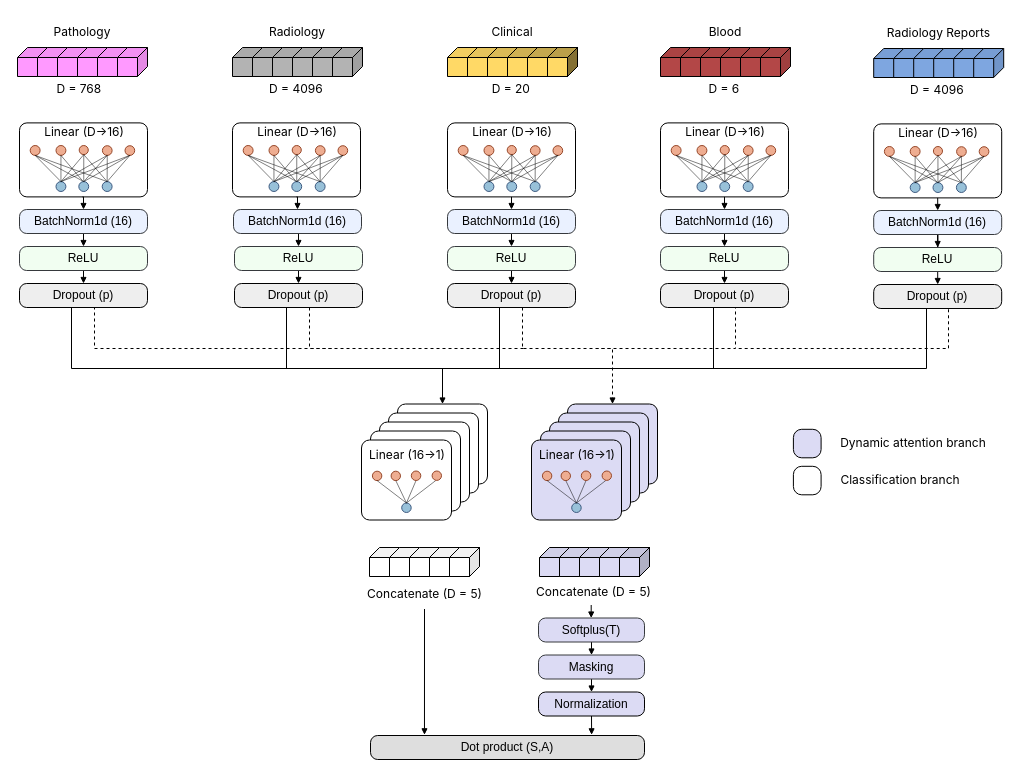
The draw.io diagram pAM.drawio in marcalvi/drawio-nn-templates, before the edit. Source tidied: cells renumbered, new cells numbered last; positions are measured from the earlier drawing's top-left corner, leaving out a move shared by most shapes. Both pictures are drawn from the tidied source at 100%, with x=0, y=0 at pixel (17, 17).
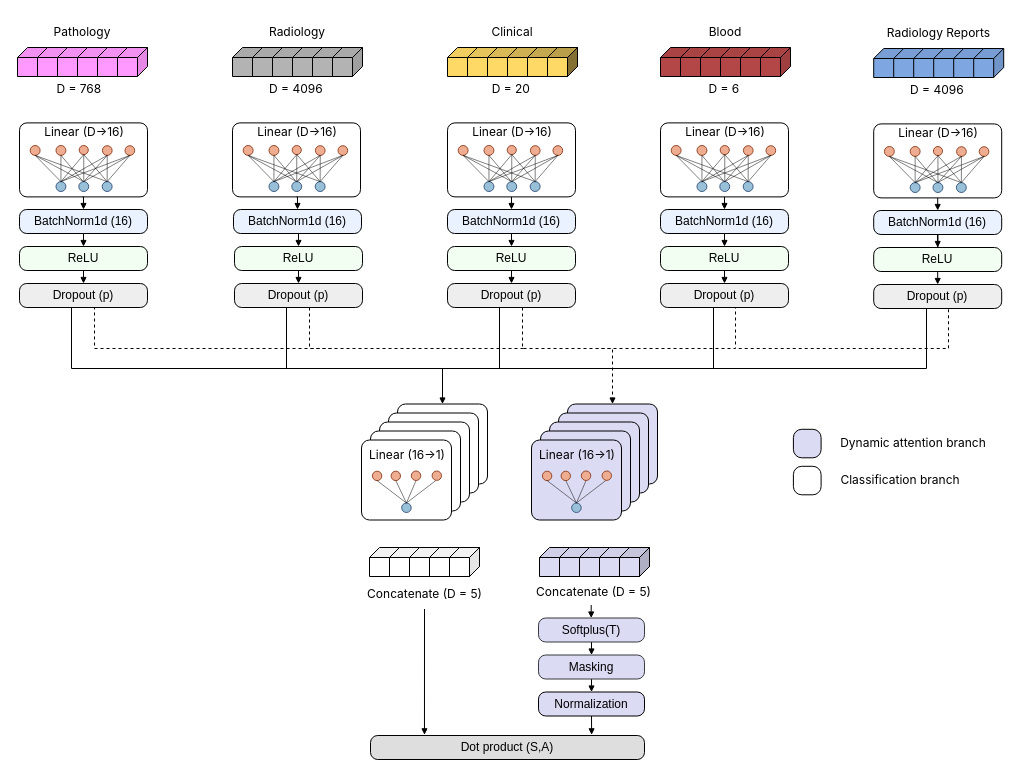
Above is the later version.

The change refers to these unchanged cells:
```xml
<mxCell id="45" style="group;arcSize=8;" parent="1" vertex="1">
  <mxGeometry x="430" y="100" width="128" height="79.4" as="geometry" />
</mxCell>
<mxCell id="112" style="group;arcSize=8;" parent="1" vertex="1">
  <mxGeometry x="643" y="100" width="128" height="79.4" as="geometry" />
</mxCell>
<mxCell id="137" style="group;arcSize=8;" parent="1" vertex="1">
  <mxGeometry x="856.2" y="101" width="128" height="79.4" as="geometry" />
</mxCell>
```

Change to the diagram source:
```diff
@@
-    <mxCell id="46" style="rounded=1;whiteSpace=wrap;html=1;fillColor=none;arcSize=10;" parent="45" vertex="1">
+    <mxCell id="46" style="rounded=1;whiteSpace=wrap;html=1;fillColor=none;arcSize=10;strokeColor=#000000;" parent="45" vertex="1">
       <mxGeometry y="5.4" width="128" height="74" as="geometry" />
     </mxCell>
@@
-    <mxCell id="73" value="BatchNorm1d (16)" style="rounded=1;whiteSpace=wrap;html=1;fillColor=#EAF1FF;rotation=0;arcSize=30;strokeColor=#36393d;" parent="1" vertex="1">
+    <mxCell id="73" value="BatchNorm1d (16)" style="rounded=1;whiteSpace=wrap;html=1;fillColor=#EAF1FF;rotation=0;arcSize=30;strokeColor=#000000;align=center;verticalAlign=middle;fontFamily=Helvetica;fontSize=12;fontColor=default;" parent="1" vertex="1">
       <mxGeometry x="2" y="192" width="128" height="24" as="geometry" />
     </mxCell>
@@
-    <mxCell id="75" value="BatchNorm1d (16)" style="rounded=1;whiteSpace=wrap;html=1;fillColor=#EAF1FF;rotation=0;arcSize=30;strokeColor=#36393d;" parent="1" vertex="1">
+    <mxCell id="75" value="BatchNorm1d (16)" style="rounded=1;whiteSpace=wrap;html=1;fillColor=#EAF1FF;rotation=0;arcSize=30;strokeColor=#000000;align=center;verticalAlign=middle;fontFamily=Helvetica;fontSize=12;fontColor=default;" parent="1" vertex="1">
       <mxGeometry x="216" y="192" width="128" height="24" as="geometry" />
     </mxCell>
@@
-    <mxCell id="77" value="BatchNorm1d (16)" style="rounded=1;whiteSpace=wrap;html=1;fillColor=#EAF1FF;rotation=0;arcSize=30;strokeColor=#36393d;" parent="1" vertex="1">
+    <mxCell id="77" value="BatchNorm1d (16)" style="rounded=1;whiteSpace=wrap;html=1;fillColor=#EAF1FF;rotation=0;arcSize=30;strokeColor=#000000;" parent="1" vertex="1">
       <mxGeometry x="430" y="192" width="128" height="24" as="geometry" />
     </mxCell>
@@
-    <mxCell id="79" value="BatchNorm1d (16)" style="rounded=1;whiteSpace=wrap;html=1;fillColor=#EAF1FF;rotation=0;arcSize=30;strokeColor=#36393d;" parent="1" vertex="1">
+    <mxCell id="79" value="BatchNorm1d (16)" style="rounded=1;whiteSpace=wrap;html=1;fillColor=#EAF1FF;rotation=0;arcSize=30;strokeColor=#000000;align=center;verticalAlign=middle;fontFamily=Helvetica;fontSize=12;fontColor=default;" parent="1" vertex="1">
       <mxGeometry x="643" y="192" width="128" height="24" as="geometry" />
     </mxCell>
@@
-    <mxCell id="81" value="BatchNorm1d (16)" style="rounded=1;whiteSpace=wrap;html=1;fillColor=#EAF1FF;rotation=0;arcSize=30;strokeColor=#36393d;" parent="1" vertex="1">
+    <mxCell id="81" value="BatchNorm1d (16)" style="rounded=1;whiteSpace=wrap;html=1;fillColor=#EAF1FF;rotation=0;arcSize=30;strokeColor=#000000;align=center;verticalAlign=middle;fontFamily=Helvetica;fontSize=12;fontColor=default;" parent="1" vertex="1">
       <mxGeometry x="856.2" y="193" width="128" height="24" as="geometry" />
     </mxCell>
@@
-    <mxCell id="83" value="ReLU" style="rounded=1;whiteSpace=wrap;html=1;fillColor=#F1FEF1;rotation=0;arcSize=30;strokeColor=#36393d;" parent="1" vertex="1">
+    <mxCell id="83" value="ReLU" style="rounded=1;whiteSpace=wrap;html=1;fillColor=#F1FEF1;rotation=0;arcSize=30;strokeColor=#000000;align=center;verticalAlign=middle;fontFamily=Helvetica;fontSize=12;fontColor=default;" parent="1" vertex="1">
       <mxGeometry x="2" y="229" width="128" height="24" as="geometry" />
     </mxCell>
@@
-    <mxCell id="85" value="ReLU" style="rounded=1;whiteSpace=wrap;html=1;fillColor=#F1FEF1;rotation=0;arcSize=30;strokeColor=#36393d;" parent="1" vertex="1">
+    <mxCell id="85" value="ReLU" style="rounded=1;whiteSpace=wrap;html=1;fillColor=#F1FEF1;rotation=0;arcSize=30;strokeColor=#000000;align=center;verticalAlign=middle;fontFamily=Helvetica;fontSize=12;fontColor=default;" parent="1" vertex="1">
       <mxGeometry x="217" y="229" width="128" height="24" as="geometry" />
     </mxCell>
@@
-    <mxCell id="87" value="ReLU" style="rounded=1;whiteSpace=wrap;html=1;fillColor=#F1FEF1;rotation=0;arcSize=30;strokeColor=#36393d;" parent="1" vertex="1">
+    <mxCell id="87" value="ReLU" style="rounded=1;whiteSpace=wrap;html=1;fillColor=#F1FEF1;rotation=0;arcSize=30;strokeColor=#000000;" parent="1" vertex="1">
       <mxGeometry x="430" y="229" width="128" height="24" as="geometry" />
     </mxCell>
@@
-    <mxCell id="89" value="ReLU" style="rounded=1;whiteSpace=wrap;html=1;fillColor=#F1FEF1;rotation=0;arcSize=30;strokeColor=#36393d;" parent="1" vertex="1">
+    <mxCell id="89" value="ReLU" style="rounded=1;whiteSpace=wrap;html=1;fillColor=#F1FEF1;rotation=0;arcSize=30;strokeColor=#000000;align=center;verticalAlign=middle;fontFamily=Helvetica;fontSize=12;fontColor=default;" parent="1" vertex="1">
       <mxGeometry x="643" y="229" width="128" height="24" as="geometry" />
     </mxCell>
@@
-    <mxCell id="91" value="ReLU" style="rounded=1;whiteSpace=wrap;html=1;fillColor=#F1FEF1;rotation=0;arcSize=30;strokeColor=#36393d;" parent="1" vertex="1">
+    <mxCell id="91" value="ReLU" style="rounded=1;whiteSpace=wrap;html=1;fillColor=#F1FEF1;rotation=0;arcSize=30;strokeColor=#000000;align=center;verticalAlign=middle;fontFamily=Helvetica;fontSize=12;fontColor=default;" parent="1" vertex="1">
       <mxGeometry x="856.2" y="230" width="128" height="24" as="geometry" />
     </mxCell>
@@
-    <mxCell id="113" style="rounded=1;whiteSpace=wrap;html=1;fillColor=none;arcSize=10;" parent="112" vertex="1">
+    <mxCell id="113" style="rounded=1;whiteSpace=wrap;html=1;fillColor=none;arcSize=10;strokeColor=#000000;align=center;verticalAlign=middle;fontFamily=Helvetica;fontSize=12;fontColor=default;" parent="112" vertex="1">
       <mxGeometry y="5.4" width="128" height="74" as="geometry" />
     </mxCell>
@@
-    <mxCell id="138" style="rounded=1;whiteSpace=wrap;html=1;fillColor=none;arcSize=10;" parent="137" vertex="1">
+    <mxCell id="138" style="rounded=1;whiteSpace=wrap;html=1;fillColor=none;arcSize=10;strokeColor=#000000;align=center;verticalAlign=middle;fontFamily=Helvetica;fontSize=12;fontColor=default;" parent="137" vertex="1">
       <mxGeometry y="5.4" width="128" height="74" as="geometry" />
     </mxCell>
```
